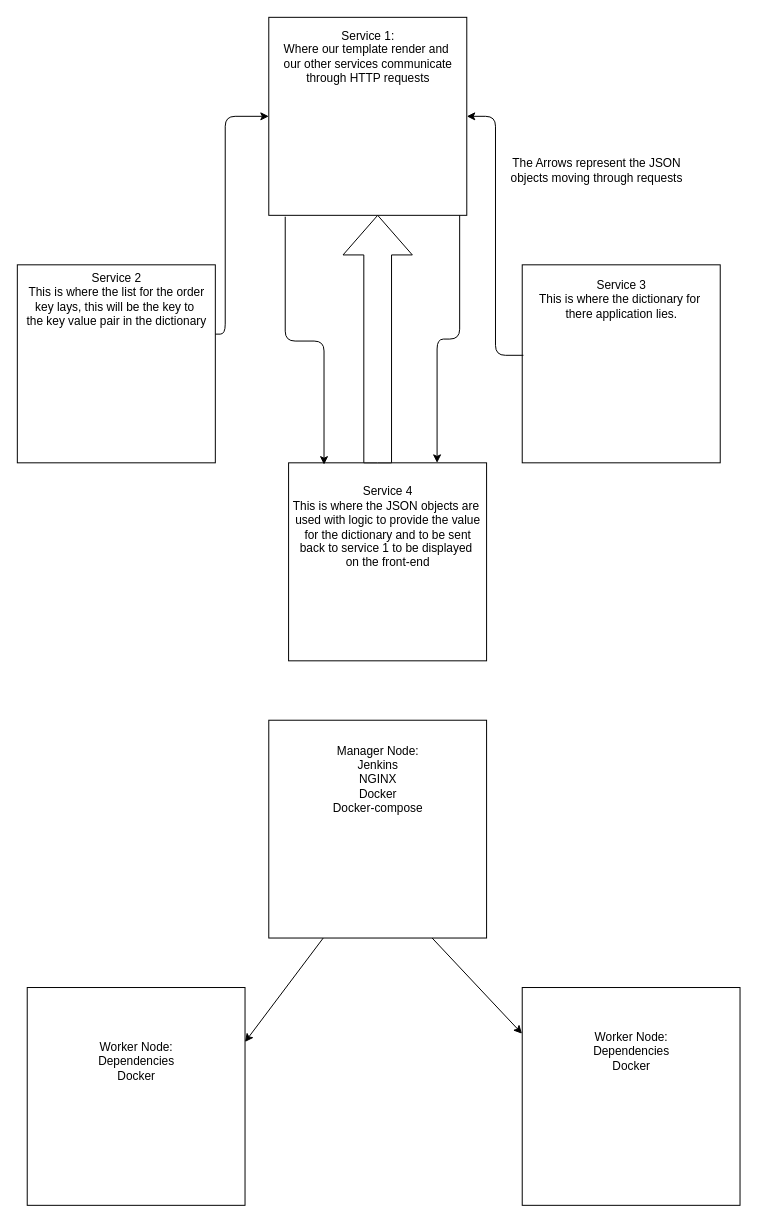
The draw.io diagram Untitled Diagram.drawio in Chris-burd91/QA-SFIA2, before the edit. Source tidied: cells renumbered, new cells numbered last; positions are measured from the earlier drawing's top-left corner, leaving out a move shared by most shapes. Both pictures are drawn from the tidied source at 99%, with x=0, y=0 at pixel (17, 17).
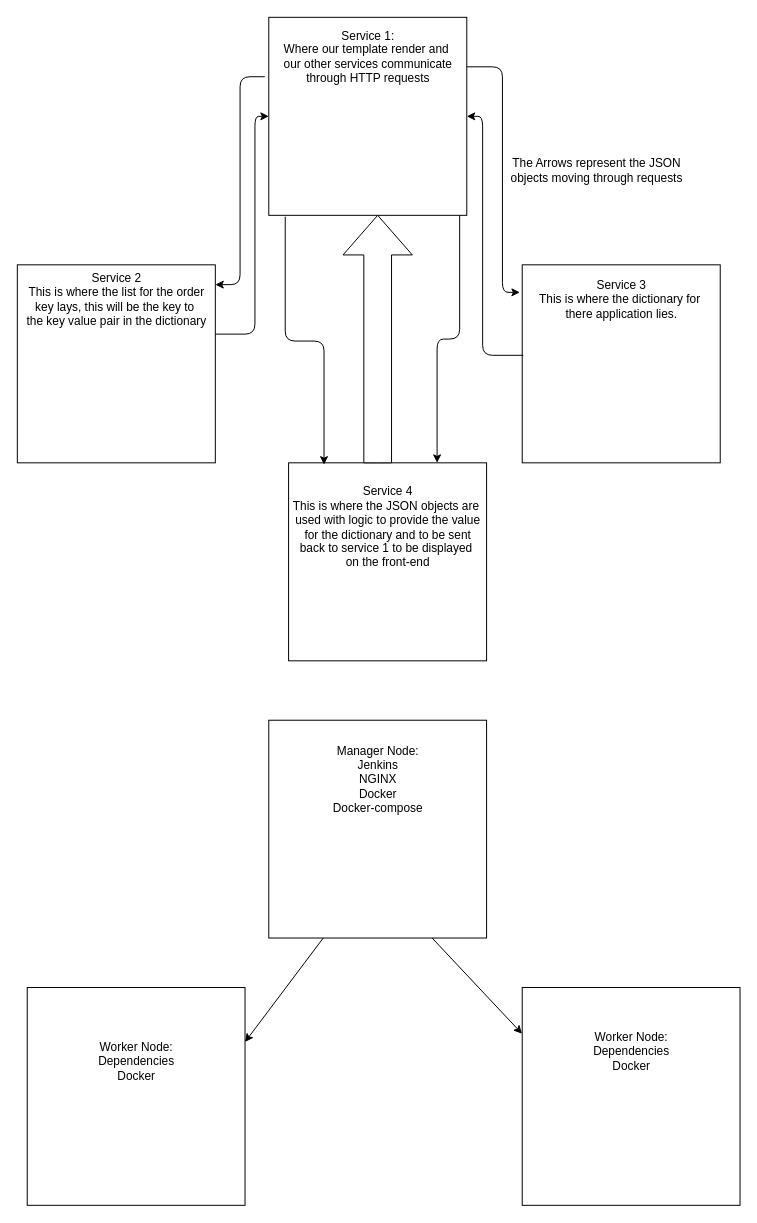
The same diagram, later.

Unchanged cells that the change refers to:
```xml
<mxCell id="2" style="whiteSpace=wrap;html=1;" parent="1" vertex="1">
  <mxGeometry x="510" y="250" width="200" height="200" as="geometry" />
</mxCell>
<mxCell id="6" style="whiteSpace=wrap;html=1;shadow=0;" parent="1" vertex="1">
  <mxGeometry x="254" width="200" height="200" as="geometry" />
</mxCell>
<mxCell id="15" value="Service 2&lt;br&gt;This is where the list for the order&lt;br&gt;key lays, this will be the key to&amp;nbsp;&lt;br&gt;the key value pair in the dictionary" style="text;html=1;align=center;verticalAlign=middle;points=[];" parent="1" vertex="1">
  <mxGeometry y="255" width="200" height="60" as="geometry" />
</mxCell>
```

What changed in the source:
```diff
@@
     <mxCell id="7" style="edgeStyle=elbowEdgeStyle;elbow=horizontal;endArrow=classic;html=1;entryX=0;entryY=0.5;entryDx=0;entryDy=0;" parent="1" edge="1" target="6">
       <mxGeometry relative="1" as="geometry">
         <mxPoint x="200" y="320" as="sourcePoint" />
         <Array as="points">
-          <mxPoint x="210" y="310" />
+          <mxPoint x="240" y="210" />
         </Array>
       </mxGeometry>
     </mxCell>
     <mxCell id="8" style="edgeStyle=elbowEdgeStyle;elbow=horizontal;endArrow=classic;html=1;exitX=0.006;exitY=0.457;exitDx=0;exitDy=0;exitPerimeter=0;entryX=1;entryY=0.5;entryDx=0;entryDy=0;" parent="1" edge="1" source="2" target="6">
-      <mxGeometry relative="1" as="geometry" />
+      <mxGeometry relative="1" as="geometry">
+        <Array as="points">
+          <mxPoint x="470" y="220" />
+        </Array>
+      </mxGeometry>
     </mxCell>
@@
+    <mxCell id="24" style="edgeStyle=elbowEdgeStyle;elbow=horizontal;endArrow=classic;html=1;exitX=-0.02;exitY=0.3;exitDx=0;exitDy=0;exitPerimeter=0;entryX=1;entryY=0.25;entryDx=0;entryDy=0;entryPerimeter=0;" parent="1" edge="1" source="6" target="15">
+      <mxGeometry relative="1" as="geometry" />
+    </mxCell>
+    <mxCell id="25" style="edgeStyle=elbowEdgeStyle;elbow=horizontal;endArrow=classic;html=1;exitX=1;exitY=0.25;exitDx=0;exitDy=0;entryX=-0.012;entryY=0.139;entryDx=0;entryDy=0;entryPerimeter=0;" parent="1" edge="1" source="6" target="2">
+      <mxGeometry relative="1" as="geometry">
+        <Array as="points">
+          <mxPoint x="490" y="170" />
+        </Array>
+      </mxGeometry>
+    </mxCell>
```
